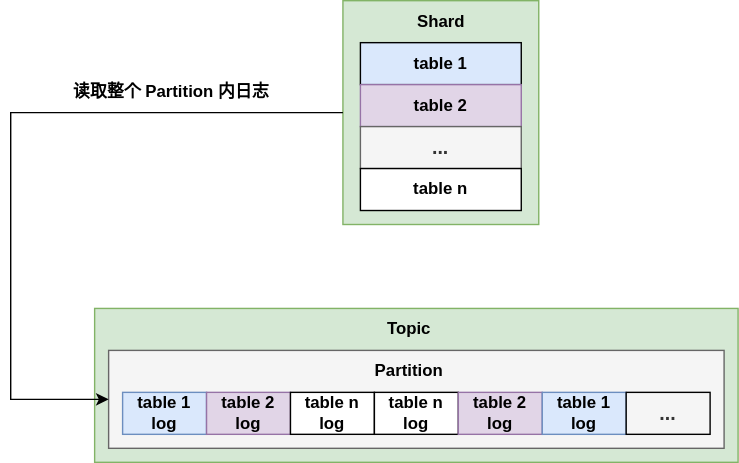
Above: kafkashard.drawio.svg in Rachelint/drawio-store (draw.io), before the change. Source tidied: cells renumbered, new cells last; positions are measured from the earlier drawing's top-left corner, leaving out a move shared by most shapes. Its diagram source:
```xml
<mxGraphModel>
  <root>
    <mxCell id="0" />
    <mxCell id="1" parent="0" />
    <mxCell id="2" style="rounded=0;whiteSpace=wrap;html=1;fillColor=#d5e8d4;strokeColor=#82b366;fontStyle=1;" parent="1" vertex="1">
      <mxGeometry x="237.5" width="140" height="160" as="geometry" />
    </mxCell>
    <mxCell id="3" style="rounded=0;whiteSpace=wrap;html=1;fillColor=#d5e8d4;strokeColor=#82b366;fontStyle=1;" parent="1" vertex="1">
      <mxGeometry x="60" y="220" width="460" height="110" as="geometry" />
    </mxCell>
    <mxCell id="4" style="rounded=0;whiteSpace=wrap;html=1;fillColor=#f5f5f5;strokeColor=#666666;fontColor=#333333;fontStyle=1;" parent="1" vertex="1">
      <mxGeometry x="70" y="250" width="440" height="70" as="geometry" />
    </mxCell>
    <mxCell id="5" value="table 1 log" style="rounded=0;whiteSpace=wrap;html=1;labelBackgroundColor=none;fillColor=#dae8fc;strokeColor=#6c8ebf;fontStyle=1;" parent="1" vertex="1">
      <mxGeometry x="80" y="280" width="60" height="30" as="geometry" />
    </mxCell>
    <mxCell id="6" value="table 2 log" style="rounded=0;whiteSpace=wrap;html=1;labelBackgroundColor=none;fillColor=#e1d5e7;strokeColor=#9673a6;fontStyle=1;" parent="1" vertex="1">
      <mxGeometry x="140" y="280" width="60" height="30" as="geometry" />
    </mxCell>
    <mxCell id="7" value="table n log" style="rounded=0;whiteSpace=wrap;html=1;labelBackgroundColor=none;fontStyle=1;" parent="1" vertex="1">
      <mxGeometry x="200" y="280" width="60" height="30" as="geometry" />
    </mxCell>
    <mxCell id="8" value="table n log" style="rounded=0;whiteSpace=wrap;html=1;labelBackgroundColor=none;fontStyle=1;" parent="1" vertex="1">
      <mxGeometry x="260" y="280" width="60" height="30" as="geometry" />
    </mxCell>
    <mxCell id="9" value="table 2 log" style="rounded=0;whiteSpace=wrap;html=1;labelBackgroundColor=none;fillColor=#e1d5e7;strokeColor=#9673a6;fontStyle=1;" parent="1" vertex="1">
      <mxGeometry x="320" y="280" width="60" height="30" as="geometry" />
    </mxCell>
    <mxCell id="10" value="table 1 log" style="rounded=0;whiteSpace=wrap;html=1;labelBackgroundColor=none;fillColor=#dae8fc;strokeColor=#6c8ebf;fontStyle=1;" parent="1" vertex="1">
      <mxGeometry x="380" y="280" width="60" height="30" as="geometry" />
    </mxCell>
    <mxCell id="11" value="&lt;span&gt;&lt;font style=&quot;font-size: 14px;&quot;&gt;...&lt;/font&gt;&lt;/span&gt;" style="rounded=0;whiteSpace=wrap;html=1;labelBackgroundColor=none;fillColor=#f5f5f5;strokeColor=#000000;fontColor=#333333;fontStyle=1;" parent="1" vertex="1">
      <mxGeometry x="440" y="280" width="60" height="30" as="geometry" />
    </mxCell>
    <mxCell id="12" value="Partition" style="text;html=1;strokeColor=none;fillColor=none;align=center;verticalAlign=middle;whiteSpace=wrap;rounded=0;fontStyle=1;" parent="1" vertex="1">
      <mxGeometry x="255" y="250" width="60" height="30" as="geometry" />
    </mxCell>
    <mxCell id="13" value="Topic" style="text;html=1;strokeColor=none;fillColor=none;align=center;verticalAlign=middle;whiteSpace=wrap;rounded=0;fontStyle=1;" parent="1" vertex="1">
      <mxGeometry x="255" y="220" width="60" height="30" as="geometry" />
    </mxCell>
    <mxCell id="14" value="读取整个 Partition 内日志" style="text;html=1;strokeColor=none;fillColor=none;align=center;verticalAlign=middle;whiteSpace=wrap;rounded=0;fontStyle=1;" parent="1" vertex="1">
      <mxGeometry x="40" y="50" width="150" height="30" as="geometry" />
    </mxCell>
    <mxCell id="15" style="edgeStyle=orthogonalEdgeStyle;rounded=0;jettySize=auto;html=1;exitX=0;exitY=0.5;exitDx=0;exitDy=0;entryX=0;entryY=0.5;entryDx=0;entryDy=0;fontStyle=1;" parent="1" edge="1" source="2" target="4">
      <mxGeometry relative="1" as="geometry">
        <Array as="points">
          <mxPoint y="80" />
          <mxPoint y="285" />
        </Array>
      </mxGeometry>
    </mxCell>
    <mxCell id="16" value="table 1" style="rounded=0;whiteSpace=wrap;html=1;fillColor=#dae8fc;strokeColor=#000000;fontStyle=1;" parent="1" vertex="1">
      <mxGeometry x="250" y="30" width="115" height="30" as="geometry" />
    </mxCell>
    <mxCell id="17" value="table 2" style="rounded=0;whiteSpace=wrap;html=1;fillColor=#e1d5e7;strokeColor=#9673a6;fontStyle=1;" parent="1" vertex="1">
      <mxGeometry x="250" y="60" width="115" height="30" as="geometry" />
    </mxCell>
    <mxCell id="18" value="&lt;font style=&quot;font-size: 14px;&quot;&gt;&lt;span&gt;...&lt;/span&gt;&lt;/font&gt;" style="rounded=0;whiteSpace=wrap;html=1;fillColor=#f5f5f5;strokeColor=#666666;fontColor=#333333;fontStyle=1;" parent="1" vertex="1">
      <mxGeometry x="250" y="90" width="115" height="30" as="geometry" />
    </mxCell>
    <mxCell id="19" value="table n" style="rounded=0;whiteSpace=wrap;html=1;fontStyle=1;" parent="1" vertex="1">
      <mxGeometry x="250" y="120" width="115" height="30" as="geometry" />
    </mxCell>
    <mxCell id="20" value="Shard" style="text;html=1;strokeColor=none;fillColor=none;align=center;verticalAlign=middle;whiteSpace=wrap;rounded=0;fontStyle=1;" parent="1" vertex="1">
      <mxGeometry x="278" width="60" height="30" as="geometry" />
    </mxCell>
  </root>
</mxGraphModel>
```
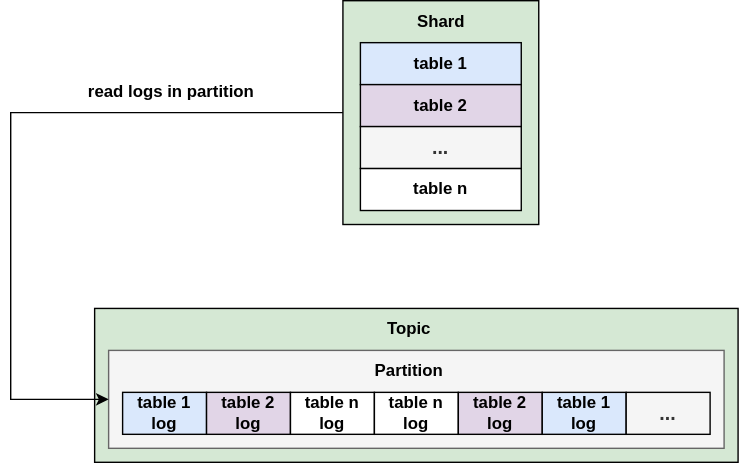
The same diagram one commit later.

The edit, as a diff of the source:
```diff
@@ -2,31 +2,31 @@
   <root>
     <mxCell id="0" />
     <mxCell id="1" parent="0" />
-    <mxCell id="2" style="rounded=0;whiteSpace=wrap;html=1;fillColor=#d5e8d4;strokeColor=#82b366;fontStyle=1;" parent="1" vertex="1">
+    <mxCell id="2" style="rounded=0;whiteSpace=wrap;html=1;fillColor=#d5e8d4;strokeColor=#000000;fontStyle=1;" parent="1" vertex="1">
       <mxGeometry x="237.5" width="140" height="160" as="geometry" />
     </mxCell>
-    <mxCell id="3" style="rounded=0;whiteSpace=wrap;html=1;fillColor=#d5e8d4;strokeColor=#82b366;fontStyle=1;" parent="1" vertex="1">
+    <mxCell id="3" style="rounded=0;whiteSpace=wrap;html=1;fillColor=#d5e8d4;strokeColor=#000000;fontStyle=1;" parent="1" vertex="1">
       <mxGeometry x="60" y="220" width="460" height="110" as="geometry" />
     </mxCell>
     <mxCell id="4" style="rounded=0;whiteSpace=wrap;html=1;fillColor=#f5f5f5;strokeColor=#666666;fontColor=#333333;fontStyle=1;" parent="1" vertex="1">
       <mxGeometry x="70" y="250" width="440" height="70" as="geometry" />
     </mxCell>
-    <mxCell id="5" value="table 1 log" style="rounded=0;whiteSpace=wrap;html=1;labelBackgroundColor=none;fillColor=#dae8fc;strokeColor=#6c8ebf;fontStyle=1;" parent="1" vertex="1">
+    <mxCell id="5" value="table 1 log" style="rounded=0;whiteSpace=wrap;html=1;labelBackgroundColor=none;fillColor=#dae8fc;strokeColor=#000000;fontStyle=1;" parent="1" vertex="1">
       <mxGeometry x="80" y="280" width="60" height="30" as="geometry" />
     </mxCell>
-    <mxCell id="6" value="table 2 log" style="rounded=0;whiteSpace=wrap;html=1;labelBackgroundColor=none;fillColor=#e1d5e7;strokeColor=#9673a6;fontStyle=1;" parent="1" vertex="1">
+    <mxCell id="6" value="table 2 log" style="rounded=0;whiteSpace=wrap;html=1;labelBackgroundColor=none;fillColor=#e1d5e7;strokeColor=#000000;fontStyle=1;" parent="1" vertex="1">
       <mxGeometry x="140" y="280" width="60" height="30" as="geometry" />
     </mxCell>
-    <mxCell id="7" value="table n log" style="rounded=0;whiteSpace=wrap;html=1;labelBackgroundColor=none;fontStyle=1;" parent="1" vertex="1">
+    <mxCell id="7" value="table n log" style="rounded=0;whiteSpace=wrap;html=1;labelBackgroundColor=none;fontStyle=1;strokeColor=#000000;" parent="1" vertex="1">
       <mxGeometry x="200" y="280" width="60" height="30" as="geometry" />
     </mxCell>
-    <mxCell id="8" value="table n log" style="rounded=0;whiteSpace=wrap;html=1;labelBackgroundColor=none;fontStyle=1;" parent="1" vertex="1">
+    <mxCell id="8" value="table n log" style="rounded=0;whiteSpace=wrap;html=1;labelBackgroundColor=none;fontStyle=1;strokeColor=#000000;" parent="1" vertex="1">
       <mxGeometry x="260" y="280" width="60" height="30" as="geometry" />
     </mxCell>
-    <mxCell id="9" value="table 2 log" style="rounded=0;whiteSpace=wrap;html=1;labelBackgroundColor=none;fillColor=#e1d5e7;strokeColor=#9673a6;fontStyle=1;" parent="1" vertex="1">
+    <mxCell id="9" value="table 2 log" style="rounded=0;whiteSpace=wrap;html=1;labelBackgroundColor=none;fillColor=#e1d5e7;strokeColor=#000000;fontStyle=1;" parent="1" vertex="1">
       <mxGeometry x="320" y="280" width="60" height="30" as="geometry" />
     </mxCell>
-    <mxCell id="10" value="table 1 log" style="rounded=0;whiteSpace=wrap;html=1;labelBackgroundColor=none;fillColor=#dae8fc;strokeColor=#6c8ebf;fontStyle=1;" parent="1" vertex="1">
+    <mxCell id="10" value="table 1 log" style="rounded=0;whiteSpace=wrap;html=1;labelBackgroundColor=none;fillColor=#dae8fc;strokeColor=#000000;fontStyle=1;" parent="1" vertex="1">
       <mxGeometry x="380" y="280" width="60" height="30" as="geometry" />
     </mxCell>
     <mxCell id="11" value="&lt;span&gt;&lt;font style=&quot;font-size: 14px;&quot;&gt;...&lt;/font&gt;&lt;/span&gt;" style="rounded=0;whiteSpace=wrap;html=1;labelBackgroundColor=none;fillColor=#f5f5f5;strokeColor=#000000;fontColor=#333333;fontStyle=1;" parent="1" vertex="1">
@@ -38,7 +38,7 @@
     <mxCell id="13" value="Topic" style="text;html=1;strokeColor=none;fillColor=none;align=center;verticalAlign=middle;whiteSpace=wrap;rounded=0;fontStyle=1;" parent="1" vertex="1">
       <mxGeometry x="255" y="220" width="60" height="30" as="geometry" />
     </mxCell>
-    <mxCell id="14" value="读取整个 Partition 内日志" style="text;html=1;strokeColor=none;fillColor=none;align=center;verticalAlign=middle;whiteSpace=wrap;rounded=0;fontStyle=1;" parent="1" vertex="1">
+    <mxCell id="14" value="read logs in partition" style="text;html=1;strokeColor=none;fillColor=none;align=center;verticalAlign=middle;whiteSpace=wrap;rounded=0;fontStyle=1;" parent="1" vertex="1">
       <mxGeometry x="40" y="50" width="150" height="30" as="geometry" />
     </mxCell>
     <mxCell id="15" style="edgeStyle=orthogonalEdgeStyle;rounded=0;jettySize=auto;html=1;exitX=0;exitY=0.5;exitDx=0;exitDy=0;entryX=0;entryY=0.5;entryDx=0;entryDy=0;fontStyle=1;" parent="1" edge="1" source="2" target="4">
@@ -52,13 +52,13 @@
     <mxCell id="16" value="table 1" style="rounded=0;whiteSpace=wrap;html=1;fillColor=#dae8fc;strokeColor=#000000;fontStyle=1;" parent="1" vertex="1">
       <mxGeometry x="250" y="30" width="115" height="30" as="geometry" />
     </mxCell>
-    <mxCell id="17" value="table 2" style="rounded=0;whiteSpace=wrap;html=1;fillColor=#e1d5e7;strokeColor=#9673a6;fontStyle=1;" parent="1" vertex="1">
+    <mxCell id="17" value="table 2" style="rounded=0;whiteSpace=wrap;html=1;fillColor=#e1d5e7;strokeColor=#000000;fontStyle=1;" parent="1" vertex="1">
       <mxGeometry x="250" y="60" width="115" height="30" as="geometry" />
     </mxCell>
-    <mxCell id="18" value="&lt;font style=&quot;font-size: 14px;&quot;&gt;&lt;span&gt;...&lt;/span&gt;&lt;/font&gt;" style="rounded=0;whiteSpace=wrap;html=1;fillColor=#f5f5f5;strokeColor=#666666;fontColor=#333333;fontStyle=1;" parent="1" vertex="1">
+    <mxCell id="18" value="&lt;font style=&quot;font-size: 14px;&quot;&gt;&lt;span&gt;...&lt;/span&gt;&lt;/font&gt;" style="rounded=0;whiteSpace=wrap;html=1;fillColor=#f5f5f5;strokeColor=#000000;fontColor=#333333;fontStyle=1;" parent="1" vertex="1">
       <mxGeometry x="250" y="90" width="115" height="30" as="geometry" />
     </mxCell>
-    <mxCell id="19" value="table n" style="rounded=0;whiteSpace=wrap;html=1;fontStyle=1;" parent="1" vertex="1">
+    <mxCell id="19" value="table n" style="rounded=0;whiteSpace=wrap;html=1;fontStyle=1;strokeColor=#000000;" parent="1" vertex="1">
       <mxGeometry x="250" y="120" width="115" height="30" as="geometry" />
     </mxCell>
     <mxCell id="20" value="Shard" style="text;html=1;strokeColor=none;fillColor=none;align=center;verticalAlign=middle;whiteSpace=wrap;rounded=0;fontStyle=1;" parent="1" vertex="1">
```
